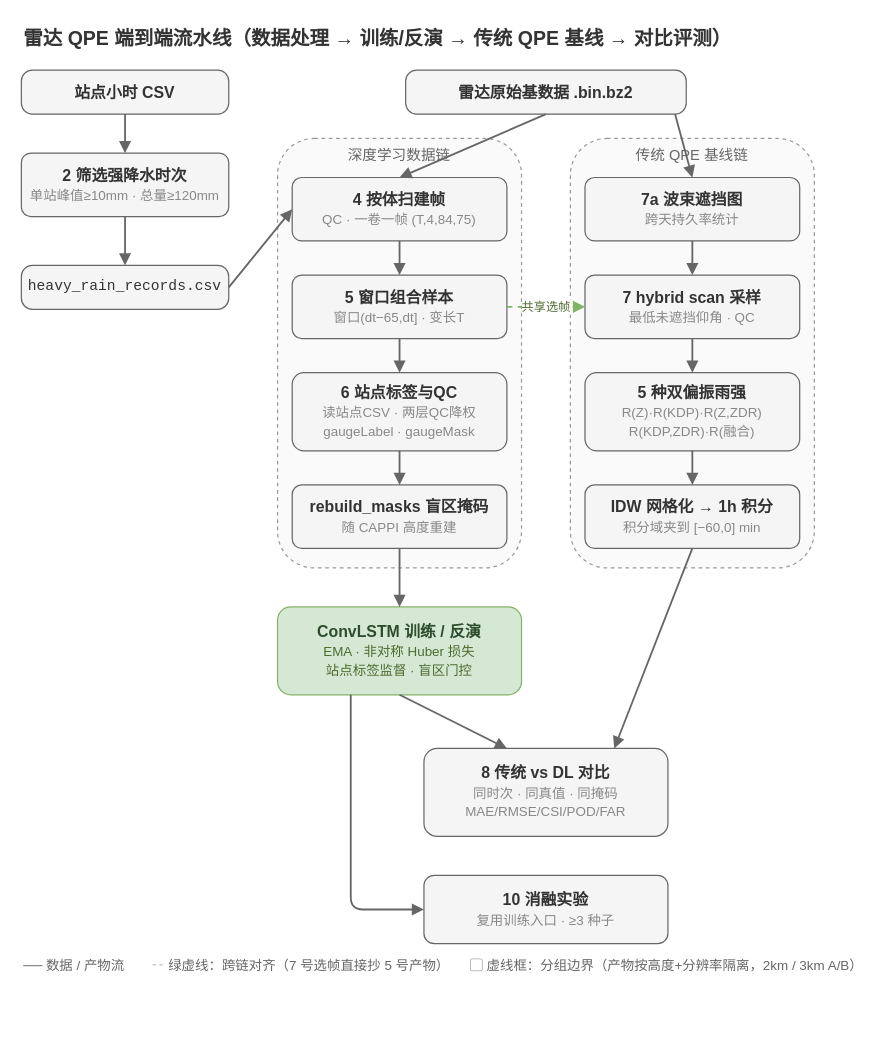
Earlier version of the draw.io diagram STAR-QPE_总体流程图.drawio (MasterAnping/Test1). Source tidied: cells renumbered, new cells numbered last; positions are measured from the earlier drawing's top-left corner, leaving out a move shared by most shapes. Both pictures are drawn from the tidied source at 122%, with x=0, y=0 at pixel (21, 21).
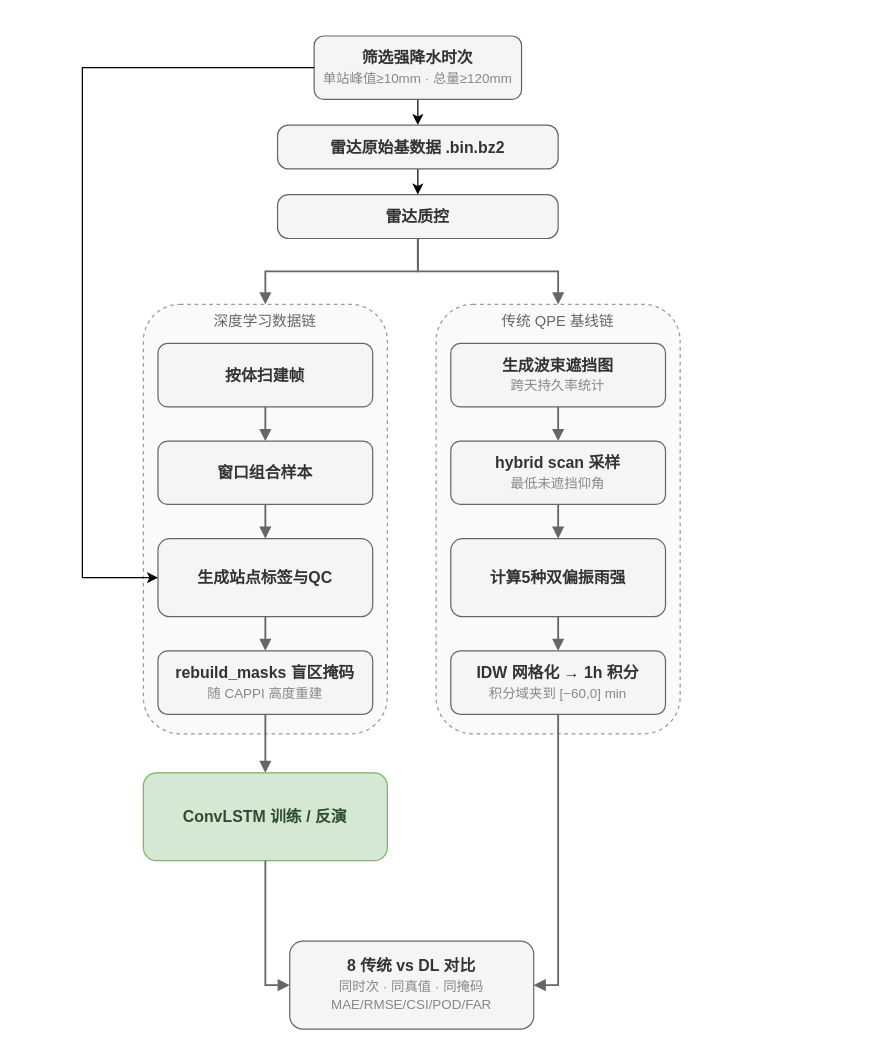
After the change.

Commit message:
已添加 STAR-QPE_总体流程图.drawio

The change refers to these unchanged cells:
```xml
<mxCell id="16" value="&lt;b&gt;IDW 网格化 → 1h 积分&lt;/b&gt;&lt;br&gt;&lt;font style='font-size:11px;color:#888888'&gt;积分域夹到 [−60,0] min&lt;/font&gt;" style="rounded=1;whiteSpace=wrap;html=1;fillColor=#f5f5f5;strokeColor=#666666;fontSize=13;fontColor=#333333;" parent="12" vertex="1">
  <mxGeometry x="12" y="284" width="176" height="52" as="geometry" />
</mxCell>
```

The edit, as a diff of the source:
```diff
@@
-    <mxCell id="2" value="雷达 QPE 端到端流水线（数据处理 → 训练/反演 → 传统 QPE 基线 → 对比评测）" style="text;html=1;align=left;verticalAlign=middle;fontSize=16;fontStyle=1;fontColor=#333333;" parent="1" vertex="1">
-      <mxGeometry width="640" height="28" as="geometry" />
-    </mxCell>
-    <mxCell id="3" value="&lt;b&gt;站点小时 CSV&lt;/b&gt;" style="rounded=1;absoluteArcSize=1;arcSize=18;whiteSpace=wrap;html=1;fillColor=#f5f5f5;strokeColor=#666666;fontSize=13;fontColor=#333333;" parent="1" vertex="1">
-      <mxGeometry y="40" width="170" height="36" as="geometry" />
-    </mxCell>
-    <mxCell id="4" value="&lt;b&gt;雷达原始基数据 .bin.bz2&lt;/b&gt;" style="rounded=1;absoluteArcSize=1;arcSize=18;whiteSpace=wrap;html=1;fillColor=#f5f5f5;strokeColor=#666666;fontSize=13;fontColor=#333333;" parent="1" vertex="1">
-      <mxGeometry x="315" y="40" width="230" height="36" as="geometry" />
+    <mxCell id="4" value="&lt;b&gt;雷达质控&lt;/b&gt;" style="rounded=1;absoluteArcSize=1;arcSize=18;whiteSpace=wrap;html=1;fillColor=#f5f5f5;strokeColor=#666666;fontSize=13;fontColor=#333333;" parent="1" vertex="1">
+      <mxGeometry x="210" y="142" width="230" height="36" as="geometry" />
     </mxCell>
+    <mxCell id="37" style="edgeStyle=orthogonalEdgeStyle;rounded=0;jettySize=auto;html=1;exitX=0.5;exitY=1;exitDx=0;exitDy=0;entryX=0.5;entryY=0;entryDx=0;entryDy=0;" parent="1" edge="1" source="5" target="40">
+      <mxGeometry relative="1" as="geometry" />
+    </mxCell>
-    <mxCell id="5" value="&lt;b&gt;2 筛选强降水时次&lt;/b&gt;&lt;br&gt;&lt;font style='font-size:11px;color:#888888'&gt;单站峰值≥10mm · 总量≥120mm&lt;/font&gt;" style="rounded=1;whiteSpace=wrap;html=1;fillColor=#f5f5f5;strokeColor=#666666;fontSize=13;fontColor=#333333;" parent="1" vertex="1">
-      <mxGeometry y="108" width="170" height="52" as="geometry" />
+    <mxCell id="5" value="&lt;b&gt;筛选强降水时次&lt;/b&gt;&lt;br&gt;&lt;font style=&quot;font-size: 11px; color: rgb(136, 136, 136);&quot;&gt;单站峰值≥10mm · 总量≥120mm&lt;/font&gt;" style="rounded=1;whiteSpace=wrap;html=1;fillColor=#f5f5f5;strokeColor=#666666;fontSize=13;fontColor=#333333;" parent="1" vertex="1">
+      <mxGeometry x="240" y="12" width="170" height="52" as="geometry" />
     </mxCell>
-    <mxCell id="6" value="heavy_rain_records.csv" style="rounded=1;absoluteArcSize=1;arcSize=18;whiteSpace=wrap;html=1;fillColor=#f5f5f5;strokeColor=#666666;fontSize=12;fontFamily=Courier New;fontColor=#333333;" parent="1" vertex="1">
-      <mxGeometry y="200" width="170" height="36" as="geometry" />
-    </mxCell>
     <mxCell id="7" value="深度学习数据链" style="rounded=1;dashed=1;whiteSpace=wrap;html=1;fillColor=#fafafa;strokeColor=#999999;verticalAlign=top;align=center;fontSize=12;fontColor=#666666;" parent="1" vertex="1">
-      <mxGeometry x="210" y="96" width="200" height="352" as="geometry" />
+      <mxGeometry x="100" y="232" width="200" height="352" as="geometry" />
     </mxCell>
-    <mxCell id="8" value="&lt;b&gt;4 按体扫建帧&lt;/b&gt;&lt;br&gt;&lt;font style='font-size:11px;color:#888888'&gt;QC · 一卷一帧 (T,4,84,75)&lt;/font&gt;" style="rounded=1;whiteSpace=wrap;html=1;fillColor=#f5f5f5;strokeColor=#666666;fontSize=13;fontColor=#333333;" parent="7" vertex="1">
+    <mxCell id="8" value="&lt;b&gt;按体扫建帧&lt;/b&gt;" style="rounded=1;whiteSpace=wrap;html=1;fillColor=#f5f5f5;strokeColor=#666666;fontSize=13;fontColor=#333333;" parent="7" vertex="1">
       <mxGeometry x="12" y="32" width="176" height="52" as="geometry" />
     </mxCell>
-    <mxCell id="9" value="&lt;b&gt;5 窗口组合样本&lt;/b&gt;&lt;br&gt;&lt;font style='font-size:11px;color:#888888'&gt;窗口(dt−65,dt] · 变长T&lt;/font&gt;" style="rounded=1;whiteSpace=wrap;html=1;fillColor=#f5f5f5;strokeColor=#666666;fontSize=13;fontColor=#333333;" parent="7" vertex="1">
+    <mxCell id="9" value="&lt;b&gt;窗口组合样本&lt;/b&gt;" style="rounded=1;whiteSpace=wrap;html=1;fillColor=#f5f5f5;strokeColor=#666666;fontSize=13;fontColor=#333333;" parent="7" vertex="1">
       <mxGeometry x="12" y="112" width="176" height="52" as="geometry" />
     </mxCell>
-    <mxCell id="10" value="&lt;b&gt;6 站点标签与QC&lt;/b&gt;&lt;br&gt;&lt;font style='font-size:11px;color:#888888'&gt;读站点CSV · 两层QC降权&lt;br&gt;gaugeLabel · gaugeMask&lt;/font&gt;" style="rounded=1;whiteSpace=wrap;html=1;fillColor=#f5f5f5;strokeColor=#666666;fontSize=13;fontColor=#333333;" parent="7" vertex="1">
+    <mxCell id="10" value="&lt;b&gt;生成站点标签与QC&lt;/b&gt;" style="rounded=1;whiteSpace=wrap;html=1;fillColor=#f5f5f5;strokeColor=#666666;fontSize=13;fontColor=#333333;" parent="7" vertex="1">
       <mxGeometry x="12" y="192" width="176" height="64" as="geometry" />
     </mxCell>
@@
     <mxCell id="12" value="传统 QPE 基线链" style="rounded=1;dashed=1;whiteSpace=wrap;html=1;fillColor=#fafafa;strokeColor=#999999;verticalAlign=top;align=center;fontSize=12;fontColor=#666666;" parent="1" vertex="1">
-      <mxGeometry x="450" y="96" width="200" height="352" as="geometry" />
+      <mxGeometry x="340" y="232" width="200" height="352" as="geometry" />
     </mxCell>
-    <mxCell id="13" value="&lt;b&gt;7a 波束遮挡图&lt;/b&gt;&lt;br&gt;&lt;font style='font-size:11px;color:#888888'&gt;跨天持久率统计&lt;/font&gt;" style="rounded=1;whiteSpace=wrap;html=1;fillColor=#f5f5f5;strokeColor=#666666;fontSize=13;fontColor=#333333;" parent="12" vertex="1">
+    <mxCell id="13" value="&lt;b&gt;生成波束遮挡图&lt;/b&gt;&lt;br&gt;&lt;font style=&quot;font-size: 11px; color: rgb(136, 136, 136);&quot;&gt;跨天持久率统计&lt;/font&gt;" style="rounded=1;whiteSpace=wrap;html=1;fillColor=#f5f5f5;strokeColor=#666666;fontSize=13;fontColor=#333333;" parent="12" vertex="1">
       <mxGeometry x="12" y="32" width="176" height="52" as="geometry" />
     </mxCell>
-    <mxCell id="14" value="&lt;b&gt;7 hybrid scan 采样&lt;/b&gt;&lt;br&gt;&lt;font style='font-size:11px;color:#888888'&gt;最低未遮挡仰角 · QC&lt;/font&gt;" style="rounded=1;whiteSpace=wrap;html=1;fillColor=#f5f5f5;strokeColor=#666666;fontSize=13;fontColor=#333333;" parent="12" vertex="1">
+    <mxCell id="14" value="&lt;b&gt;hybrid scan 采样&lt;/b&gt;&lt;br&gt;&lt;font style=&quot;font-size: 11px; color: rgb(136, 136, 136);&quot;&gt;最低未遮挡仰角&lt;/font&gt;" style="rounded=1;whiteSpace=wrap;html=1;fillColor=#f5f5f5;strokeColor=#666666;fontSize=13;fontColor=#333333;" parent="12" vertex="1">
       <mxGeometry x="12" y="112" width="176" height="52" as="geometry" />
     </mxCell>
-    <mxCell id="15" value="&lt;b&gt;5 种双偏振雨强&lt;/b&gt;&lt;br&gt;&lt;font style='font-size:11px;color:#888888'&gt;R(Z)·R(KDP)·R(Z,ZDR)&lt;br&gt;R(KDP,ZDR)·R(融合)&lt;/font&gt;" style="rounded=1;whiteSpace=wrap;html=1;fillColor=#f5f5f5;strokeColor=#666666;fontSize=13;fontColor=#333333;" parent="12" vertex="1">
+    <mxCell id="15" value="&lt;b&gt;计算5种双偏振雨强&lt;/b&gt;" style="rounded=1;whiteSpace=wrap;html=1;fillColor=#f5f5f5;strokeColor=#666666;fontSize=13;fontColor=#333333;" parent="12" vertex="1">
       <mxGeometry x="12" y="192" width="176" height="64" as="geometry" />
     </mxCell>
@@
-    <mxCell id="17" value="&lt;b&gt;ConvLSTM 训练 / 反演&lt;/b&gt;&lt;br&gt;&lt;font style='font-size:11px;color:#4d6b2f'&gt;EMA · 非对称 Huber 损失&lt;br&gt;站点标签监督 · 盲区门控&lt;/font&gt;" style="rounded=1;whiteSpace=wrap;html=1;fillColor=#d5e8d4;strokeColor=#82b366;fontSize=13;fontColor=#2d4d2d;" parent="1" vertex="1">
-      <mxGeometry x="210" y="480" width="200" height="72" as="geometry" />
+    <mxCell id="17" value="&lt;b&gt;ConvLSTM 训练 / 反演&lt;/b&gt;" style="rounded=1;whiteSpace=wrap;html=1;fillColor=#d5e8d4;strokeColor=#82b366;fontSize=13;fontColor=#2d4d2d;" parent="1" vertex="1">
+      <mxGeometry x="100" y="616" width="200" height="72" as="geometry" />
     </mxCell>
     <mxCell id="18" value="&lt;b&gt;8 传统 vs DL 对比&lt;/b&gt;&lt;br&gt;&lt;font style='font-size:11px;color:#888888'&gt;同时次 · 同真值 · 同掩码&lt;br&gt;MAE/RMSE/CSI/POD/FAR&lt;/font&gt;" style="rounded=1;whiteSpace=wrap;html=1;fillColor=#f5f5f5;strokeColor=#666666;fontSize=13;fontColor=#333333;" parent="1" vertex="1">
-      <mxGeometry x="330" y="596" width="200" height="72" as="geometry" />
+      <mxGeometry x="220" y="754" width="200" height="72" as="geometry" />
     </mxCell>
-    <mxCell id="19" value="&lt;b&gt;10 消融实验&lt;/b&gt;&lt;br&gt;&lt;font style='font-size:11px;color:#888888'&gt;复用训练入口 · ≥3 种子&lt;/font&gt;" style="rounded=1;whiteSpace=wrap;html=1;fillColor=#f5f5f5;strokeColor=#666666;fontSize=13;fontColor=#333333;" parent="1" vertex="1">
-      <mxGeometry x="330" y="700" width="200" height="56" as="geometry" />
-    </mxCell>
-    <mxCell id="20" value="── 数据 / 产物流　　╌ 绿虚线：跨链对齐（7 号选帧直接抄 5 号产物）　　▢ 虚线框：分组边界（产物按高度+分辨率隔离，2km / 3km A/B）" style="text;html=1;align=left;verticalAlign=middle;fontSize=11;fontColor=#666666;" parent="1" vertex="1">
-      <mxGeometry y="756" width="640" height="36" as="geometry" />
-    </mxCell>
-    <mxCell id="21" style="edgeStyle=none;html=1;rounded=0;strokeColor=#666666;strokeWidth=1.5;endArrow=block;endFill=1;endSize=6;exitX=0.5;exitY=1;exitDx=0;exitDy=0;entryX=0.5;entryY=0;entryDx=0;entryDy=0;" parent="1" edge="1" source="3" target="5">
-      <mxGeometry relative="1" as="geometry" />
-    </mxCell>
-    <mxCell id="22" style="edgeStyle=none;html=1;rounded=0;strokeColor=#666666;strokeWidth=1.5;endArrow=block;endFill=1;endSize=6;exitX=0.5;exitY=1;exitDx=0;exitDy=0;entryX=0.5;entryY=0;entryDx=0;entryDy=0;" parent="1" edge="1" source="5" target="6">
-      <mxGeometry relative="1" as="geometry" />
-    </mxCell>
-    <mxCell id="23" style="edgeStyle=none;html=1;curved=1;rounded=0;strokeColor=#666666;strokeWidth=1.5;endArrow=block;endFill=1;endSize=6;exitX=1;exitY=0.5;exitDx=0;exitDy=0;entryX=0;entryY=0.5;entryDx=0;entryDy=0;" parent="1" edge="1" source="6" target="8">
-      <mxGeometry relative="1" as="geometry" />
-    </mxCell>
-    <mxCell id="24" style="edgeStyle=none;html=1;curved=1;rounded=0;strokeColor=#666666;strokeWidth=1.5;endArrow=block;endFill=1;endSize=6;exitX=0.5;exitY=1;exitDx=0;exitDy=0;entryX=0.5;entryY=0;entryDx=0;entryDy=0;" parent="1" edge="1" source="4" target="8">
+    <mxCell id="24" style="edgeStyle=orthogonalEdgeStyle;html=1;rounded=0;strokeColor=#666666;strokeWidth=1.5;endArrow=block;endFill=1;endSize=6;exitX=0.5;exitY=1;exitDx=0;exitDy=0;entryX=0.5;entryY=0;entryDx=0;entryDy=0;" parent="1" edge="1" source="4" target="7">
       <mxGeometry relative="1" as="geometry" />
     </mxCell>
-    <mxCell id="25" style="edgeStyle=none;html=1;curved=1;rounded=0;strokeColor=#666666;strokeWidth=1.5;endArrow=block;endFill=1;endSize=6;exitX=0.96;exitY=1;exitDx=0;exitDy=0;entryX=0.5;entryY=0;entryDx=0;entryDy=0;" parent="1" edge="1" source="4" target="13">
-      <mxGeometry relative="1" as="geometry" />
+    <mxCell id="25" style="edgeStyle=orthogonalEdgeStyle;html=1;rounded=0;strokeColor=#666666;strokeWidth=1.5;endArrow=block;endFill=1;endSize=6;exitX=0.5;exitY=1;exitDx=0;exitDy=0;entryX=0.5;entryY=0;entryDx=0;entryDy=0;" parent="1" edge="1" source="4" target="12">
+      <mxGeometry x="0.53" relative="1" as="geometry" />
     </mxCell>
@@
-    <mxCell id="33" value="共享选帧" style="edgeStyle=none;html=1;dashed=1;rounded=0;strokeColor=#82b366;strokeWidth=1.5;endArrow=block;endFill=1;endSize=6;fontSize=10;labelBackgroundColor=#ffffff;fontColor=#4d6b2f;exitX=1;exitY=0.5;exitDx=0;exitDy=0;entryX=0;entryY=0.5;entryDx=0;entryDy=0;" parent="1" edge="1" source="9" target="14">
-      <mxGeometry relative="1" as="geometry" />
-    </mxCell>
-    <mxCell id="34" style="edgeStyle=none;html=1;curved=1;rounded=0;strokeColor=#666666;strokeWidth=1.5;endArrow=block;endFill=1;endSize=6;exitX=0.5;exitY=1;exitDx=0;exitDy=0;entryX=0.78;entryY=0;entryDx=0;entryDy=0;" parent="1" edge="1" source="16" target="18">
+    <mxCell id="34" style="edgeStyle=orthogonalEdgeStyle;html=1;rounded=0;strokeColor=#666666;strokeWidth=1.5;endArrow=block;endFill=1;endSize=6;exitX=0.5;exitY=1;exitDx=0;exitDy=0;entryX=1;entryY=0.5;entryDx=0;entryDy=0;" parent="1" edge="1" source="16" target="18">
       <mxGeometry relative="1" as="geometry" />
     </mxCell>
-    <mxCell id="35" style="edgeStyle=none;html=1;curved=1;rounded=0;strokeColor=#666666;strokeWidth=1.5;endArrow=block;endFill=1;endSize=6;exitX=0.5;exitY=1;exitDx=0;exitDy=0;entryX=0.34;entryY=0;entryDx=0;entryDy=0;" parent="1" edge="1" source="17" target="18">
+    <mxCell id="35" style="edgeStyle=orthogonalEdgeStyle;html=1;rounded=0;strokeColor=#666666;strokeWidth=1.5;endArrow=block;endFill=1;endSize=6;exitX=0.5;exitY=1;exitDx=0;exitDy=0;entryX=0;entryY=0.5;entryDx=0;entryDy=0;" parent="1" edge="1" source="17" target="18">
       <mxGeometry relative="1" as="geometry" />
     </mxCell>
-    <mxCell id="36" style="edgeStyle=orthogonalEdgeStyle;html=1;rounded=1;strokeColor=#666666;strokeWidth=1.5;endArrow=block;endFill=1;endSize=6;exitX=0.3;exitY=1;exitDx=0;exitDy=0;entryX=0;entryY=0.5;entryDx=0;entryDy=0;" parent="1" edge="1" source="17" target="19">
-      <mxGeometry relative="1" as="geometry">
-        <Array as="points">
-          <mxPoint x="270" y="728" />
-        </Array>
-      </mxGeometry>
-    </mxCell>
+    <mxCell id="38" style="edgeStyle=orthogonalEdgeStyle;rounded=0;jettySize=auto;html=1;exitX=0;exitY=0.5;exitDx=0;exitDy=0;entryX=0;entryY=0.5;entryDx=0;entryDy=0;" parent="1" edge="1" source="5" target="10">
+      <mxGeometry relative="1" as="geometry">
+        <Array as="points">
+          <mxPoint x="50" y="38" />
+          <mxPoint x="50" y="456" />
+        </Array>
+      </mxGeometry>
+    </mxCell>
+    <mxCell id="39" style="edgeStyle=orthogonalEdgeStyle;rounded=0;jettySize=auto;html=1;exitX=0.5;exitY=1;exitDx=0;exitDy=0;entryX=0.5;entryY=0;entryDx=0;entryDy=0;" parent="1" edge="1" source="40" target="4">
+      <mxGeometry relative="1" as="geometry" />
+    </mxCell>
+    <mxCell id="40" value="&lt;b&gt;雷达原始基数据 .bin.bz2&lt;/b&gt;" style="rounded=1;absoluteArcSize=1;arcSize=18;whiteSpace=wrap;html=1;fillColor=#f5f5f5;strokeColor=#666666;fontSize=13;fontColor=#333333;" parent="1" vertex="1">
+      <mxGeometry x="210" y="85" width="230" height="36" as="geometry" />
+    </mxCell>
```
